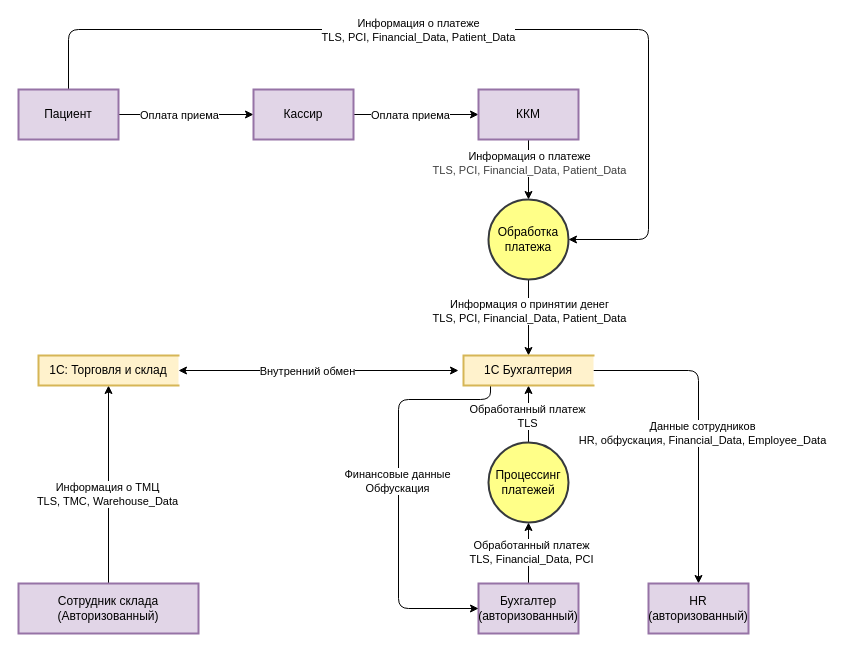
Before: page "Economic-flow" (1 of 3) of task1/diagrams/to-be-data-flow-diagram.drawio in turistigor/yap-arch-task10-pbd-migration, a draw.io diagram. Source tidied: cells renumbered, new cells numbered last; positions are measured from the earlier drawing's top-left corner, leaving out a move shared by most shapes. Both pictures are drawn from the tidied source at 100%, with x=0, y=0 at pixel (18, 29).
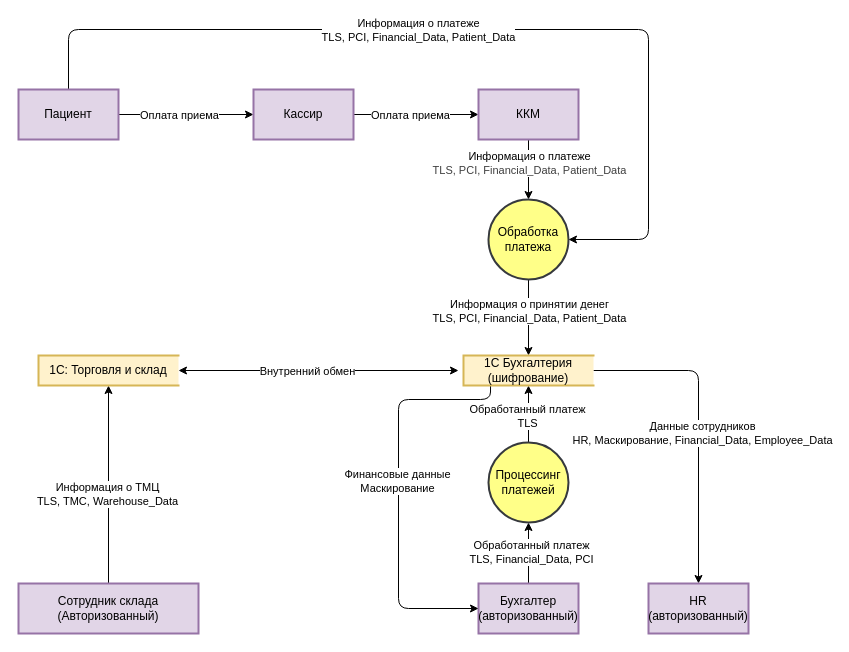
After the change.

Unchanged cells that the change refers to:
```xml
<mxCell id="25" style="edgeStyle=orthogonalEdgeStyle;html=1;entryX=0.5;entryY=0;entryDx=0;entryDy=0;exitX=1;exitY=0.5;exitDx=0;exitDy=0;" parent="1" edge="1" source="29" target="33">
  <mxGeometry relative="1" as="geometry" />
</mxCell>
<mxCell id="27" style="edgeStyle=orthogonalEdgeStyle;html=1;entryX=0;entryY=0.5;entryDx=0;entryDy=0;exitX=0.208;exitY=0.967;exitDx=0;exitDy=0;exitPerimeter=0;" parent="1" edge="1" source="29" target="14">
  <mxGeometry relative="1" as="geometry">
    <Array as="points">
      <mxPoint x="472" y="370" />
      <mxPoint x="380" y="370" />
      <mxPoint x="380" y="579" />
    </Array>
  </mxGeometry>
</mxCell>
```

The edit, as a diff of the source:
```diff
@@
-    <mxCell id="26" value="Данные сотрудников&lt;div&gt;HR, обфускация, Financial_Data, Employee_Data&lt;/div&gt;" style="edgeLabel;html=1;align=center;verticalAlign=middle;" parent="25" vertex="1">
+    <mxCell id="26" value="Данные сотрудников&lt;div&gt;HR, Маскирование, Financial_Data, Employee_Data&lt;/div&gt;" style="edgeLabel;html=1;align=center;verticalAlign=middle;" parent="25" vertex="1">
       <mxGeometry x="0.05" y="3" relative="1" as="geometry" />
     </mxCell>
@@
-    <mxCell id="28" value="Финансовые данные&lt;div&gt;Обфускация&lt;/div&gt;" style="edgeLabel;html=1;align=center;verticalAlign=middle;" parent="27" vertex="1">
+    <mxCell id="28" value="Финансовые данные&lt;div&gt;Маскирование&lt;/div&gt;" style="edgeLabel;html=1;align=center;verticalAlign=middle;" parent="27" vertex="1">
       <mxGeometry x="-0.05" y="-2" relative="1" as="geometry" />
     </mxCell>
-    <mxCell id="29" value="&lt;span style=&quot;color: rgb(0, 0, 0); text-align: left;&quot;&gt;1С Бухгалтерия&lt;/span&gt;" style="html=1;dashed=0;whiteSpace=wrap;shape=partialRectangle;right=0;strokeWidth=2;fillColor=#fff2cc;strokeColor=#d6b656;" parent="1" vertex="1">
+    <mxCell id="29" value="&lt;span style=&quot;color: rgb(0, 0, 0); text-align: left;&quot;&gt;1С Бухгалтерия&lt;/span&gt;&lt;div&gt;&lt;span style=&quot;color: rgb(0, 0, 0); text-align: left;&quot;&gt;&lt;span style=&quot;color: rgb(0, 0, 0); text-align: center;&quot;&gt;(шифрование)&lt;/span&gt;&lt;/span&gt;&lt;/div&gt;" style="html=1;dashed=0;whiteSpace=wrap;shape=partialRectangle;right=0;strokeWidth=2;fillColor=#fff2cc;strokeColor=#d6b656;" parent="1" vertex="1">
       <mxGeometry x="445" y="326" width="130" height="30" as="geometry" />
     </mxCell>
```
